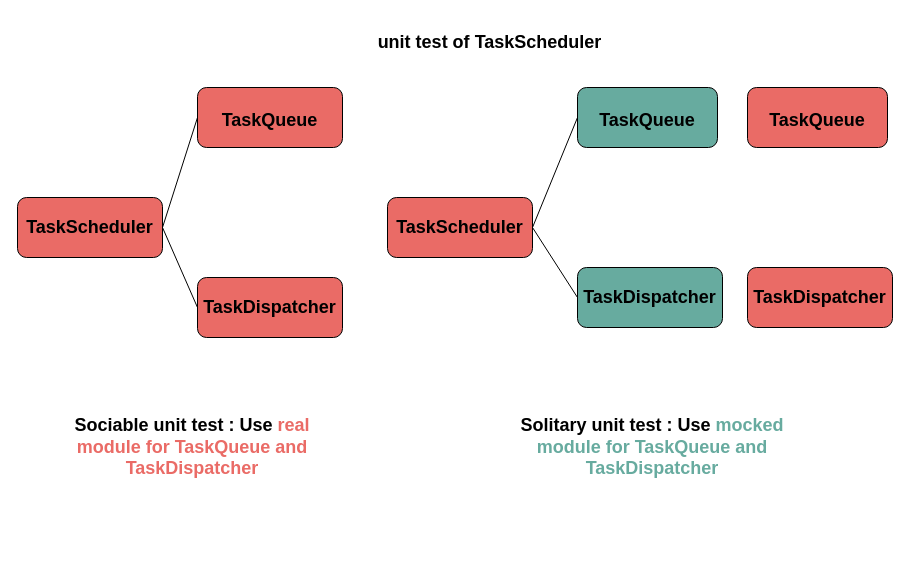
Earlier version of the draw.io diagram page "unit tets of TaskDispatcher sociable vs solitary" (6 of 6) of figs/sociable-vs-solitary-unit-test.drawio (NathanKr/unit-testing-of-a-real-world-ts-system). Source tidied: cells renumbered, new cells numbered last; positions are measured from the earlier drawing's top-left corner, leaving out a move shared by most shapes. Both pictures are drawn from the tidied source at 100%, with x=0, y=0 at pixel (17, 17).
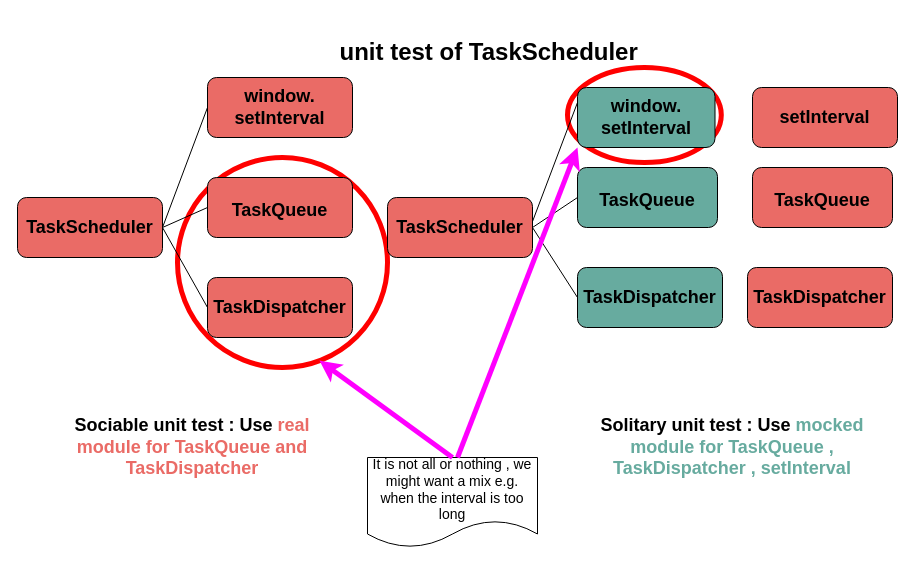
The same diagram, later.

Unchanged cells that the change refers to:
```xml
<mxCell id="2" value="&lt;b&gt;&lt;font style=&quot;font-size: 18px&quot;&gt;TaskScheduler&lt;/font&gt;&lt;/b&gt;" style="rounded=1;whiteSpace=wrap;html=1;fillColor=#EA6B66;" parent="1" vertex="1">
  <mxGeometry y="180" width="145" height="60" as="geometry" />
</mxCell>
<mxCell id="10" value="&lt;b&gt;&lt;font style=&quot;font-size: 18px&quot;&gt;TaskScheduler&lt;/font&gt;&lt;/b&gt;" style="rounded=1;whiteSpace=wrap;html=1;fillColor=#EA6B66;" parent="1" vertex="1">
  <mxGeometry x="370" y="180" width="145" height="60" as="geometry" />
</mxCell>
```

Diff of the diagram source:
```diff
@@
+    <mxCell id="17" style="ellipse;whiteSpace=wrap;html=1;strokeColor=#FF0000;strokeWidth=5;" parent="1" vertex="1">
+      <mxGeometry x="550" y="50" width="153.8" height="95" as="geometry" />
+    </mxCell>
+    <mxCell id="18" style="ellipse;whiteSpace=wrap;html=1;strokeColor=#FF0000;strokeWidth=5;" parent="1" vertex="1">
+      <mxGeometry x="160" y="140" width="210" height="210" as="geometry" />
+    </mxCell>
@@
     <mxCell id="3" value="&lt;span style=&quot;background-color: rgb(234 , 107 , 102)&quot;&gt;&lt;br&gt;&lt;br&gt;&lt;/span&gt;&lt;b style=&quot;color: rgb(0 , 0 , 0) ; font-family: &amp;#34;helvetica&amp;#34; ; font-style: normal ; letter-spacing: normal ; text-align: center ; text-indent: 0px ; text-transform: none ; word-spacing: 0px&quot;&gt;&lt;font style=&quot;font-size: 18px&quot;&gt;&lt;span style=&quot;background-color: rgb(234 , 107 , 102)&quot;&gt;TaskQueue&lt;br&gt;&lt;/span&gt;&lt;br&gt;&lt;/font&gt;&lt;/b&gt;" style="rounded=1;whiteSpace=wrap;html=1;fillColor=#EA6B66;" parent="1" vertex="1">
-      <mxGeometry x="180" y="70" width="145" height="60" as="geometry" />
+      <mxGeometry x="190" y="160" width="145" height="60" as="geometry" />
     </mxCell>
     <mxCell id="4" value="&lt;span style=&quot;background-color: rgb(234 , 107 , 102)&quot;&gt;&lt;br&gt;&lt;br&gt;&lt;/span&gt;&lt;b style=&quot;color: rgb(0 , 0 , 0) ; font-family: &amp;#34;helvetica&amp;#34; ; font-style: normal ; letter-spacing: normal ; text-align: center ; text-indent: 0px ; text-transform: none ; word-spacing: 0px&quot;&gt;&lt;font&gt;&lt;span style=&quot;font-size: 18px ; background-color: rgb(234 , 107 , 102)&quot;&gt;TaskDispatcher&lt;br&gt;&lt;/span&gt;&lt;br&gt;&lt;br&gt;&lt;/font&gt;&lt;/b&gt;" style="rounded=1;whiteSpace=wrap;html=1;fillColor=#EA6B66;" parent="1" vertex="1">
-      <mxGeometry x="180" y="260" width="145" height="60" as="geometry" />
+      <mxGeometry x="190" y="260" width="145" height="60" as="geometry" />
     </mxCell>
@@
-    <mxCell id="7" value="&lt;font style=&quot;font-size: 18px&quot;&gt;&lt;b&gt;unit test of&amp;nbsp;&lt;/b&gt;&lt;b style=&quot;font-size: 12px&quot;&gt;&lt;font style=&quot;font-size: 18px&quot;&gt;TaskScheduler&lt;/font&gt;&lt;/b&gt;&lt;b&gt;&amp;nbsp;&lt;/b&gt;&lt;/font&gt;" style="text;html=1;strokeColor=none;fillColor=none;align=center;verticalAlign=middle;whiteSpace=wrap;rounded=0;" parent="1" vertex="1">
-      <mxGeometry x="260" width="430" height="50" as="geometry" />
+    <mxCell id="7" value="&lt;font style=&quot;font-size: 24px&quot;&gt;&lt;b&gt;unit test of&amp;nbsp;&lt;/b&gt;&lt;b&gt;&lt;font&gt;TaskScheduler&lt;/font&gt;&lt;/b&gt;&lt;b&gt;&amp;nbsp;&lt;/b&gt;&lt;/font&gt;" style="text;html=1;strokeColor=none;fillColor=none;align=center;verticalAlign=middle;whiteSpace=wrap;rounded=0;" parent="1" vertex="1">
+      <mxGeometry x="260" y="10" width="430" height="50" as="geometry" />
     </mxCell>
@@
-    <mxCell id="9" value="&lt;font style=&quot;font-size: 18px&quot;&gt;&lt;b&gt;Solitary unit test : Use &lt;font color=&quot;#67ab9f&quot;&gt;mocked module for TaskQueue and TaskDispatcher&lt;/font&gt;&lt;/b&gt;&lt;/font&gt;" style="text;html=1;strokeColor=none;fillColor=none;align=center;verticalAlign=middle;whiteSpace=wrap;rounded=0;" parent="1" vertex="1">
-      <mxGeometry x="470" y="390" width="330" height="80" as="geometry" />
+    <mxCell id="9" value="&lt;font style=&quot;font-size: 18px&quot;&gt;&lt;b&gt;Solitary unit test : Use &lt;font color=&quot;#67ab9f&quot;&gt;mocked module for TaskQueue , TaskDispatcher , setInterval&lt;/font&gt;&lt;/b&gt;&lt;/font&gt;" style="text;html=1;strokeColor=none;fillColor=none;align=center;verticalAlign=middle;whiteSpace=wrap;rounded=0;" parent="1" vertex="1">
+      <mxGeometry x="550" y="390" width="330" height="80" as="geometry" />
     </mxCell>
@@
     <mxCell id="11" value="&lt;span style=&quot;background-color: rgb(103 , 171 , 159)&quot;&gt;&lt;br&gt;&lt;br&gt;&lt;/span&gt;&lt;b style=&quot;color: rgb(0 , 0 , 0) ; font-family: &amp;#34;helvetica&amp;#34; ; font-style: normal ; letter-spacing: normal ; text-align: center ; text-indent: 0px ; text-transform: none ; word-spacing: 0px&quot;&gt;&lt;font style=&quot;font-size: 18px&quot;&gt;&lt;span style=&quot;background-color: rgb(103 , 171 , 159)&quot;&gt;TaskQueue&lt;br&gt;&lt;/span&gt;&lt;br&gt;&lt;/font&gt;&lt;/b&gt;" style="rounded=1;whiteSpace=wrap;html=1;fillColor=#67AB9F;" parent="1" vertex="1">
-      <mxGeometry x="560" y="70" width="140" height="60" as="geometry" />
+      <mxGeometry x="560" y="150" width="140" height="60" as="geometry" />
     </mxCell>
@@
     <mxCell id="15" value="&lt;span style=&quot;background-color: rgb(234 , 107 , 102)&quot;&gt;&lt;br&gt;&lt;br&gt;&lt;/span&gt;&lt;b style=&quot;color: rgb(0 , 0 , 0) ; font-family: &amp;#34;helvetica&amp;#34; ; font-style: normal ; letter-spacing: normal ; text-align: center ; text-indent: 0px ; text-transform: none ; word-spacing: 0px&quot;&gt;&lt;font style=&quot;font-size: 18px&quot;&gt;&lt;span style=&quot;background-color: rgb(234 , 107 , 102)&quot;&gt;TaskQueue&lt;br&gt;&lt;/span&gt;&lt;br&gt;&lt;/font&gt;&lt;/b&gt;" style="rounded=1;whiteSpace=wrap;html=1;fillColor=#EA6B66;" parent="1" vertex="1">
-      <mxGeometry x="730" y="70" width="140" height="60" as="geometry" />
+      <mxGeometry x="735" y="150" width="140" height="60" as="geometry" />
     </mxCell>
@@
+    <mxCell id="19" value="&lt;span style=&quot;text-align: center ; text-indent: 0px&quot;&gt;&lt;font&gt;&lt;b&gt;&lt;font style=&quot;font-size: 18px&quot;&gt;window.&lt;br&gt;setInterval&lt;/font&gt;&lt;/b&gt;&lt;br&gt;&lt;/font&gt;&lt;/span&gt;" style="rounded=1;whiteSpace=wrap;html=1;fillColor=#EA6B66;" parent="1" vertex="1">
+      <mxGeometry x="190" y="60" width="145" height="60" as="geometry" />
+    </mxCell>
+    <mxCell id="20" style="endArrow=none;html=1;exitX=1;exitY=0.5;exitDx=0;exitDy=0;entryX=0;entryY=0.5;entryDx=0;entryDy=0;" parent="1" edge="1" source="2" target="19">
+      <mxGeometry relative="1" as="geometry" />
+    </mxCell>
+    <mxCell id="21" value="&lt;span style=&quot;text-align: center ; text-indent: 0px&quot;&gt;&lt;font&gt;&lt;b&gt;&lt;font style=&quot;font-size: 18px&quot;&gt;setInterval&lt;/font&gt;&lt;/b&gt;&lt;br&gt;&lt;/font&gt;&lt;/span&gt;" style="rounded=1;whiteSpace=wrap;html=1;fillColor=#EA6B66;" parent="1" vertex="1">
+      <mxGeometry x="735" y="70" width="145" height="60" as="geometry" />
+    </mxCell>
+    <mxCell id="22" value="&lt;span style=&quot;text-align: center ; text-indent: 0px&quot;&gt;&lt;font&gt;&lt;b&gt;&lt;font style=&quot;font-size: 18px&quot;&gt;window.&lt;br&gt;setInterval&lt;/font&gt;&lt;/b&gt;&lt;br&gt;&lt;/font&gt;&lt;/span&gt;" style="rounded=1;whiteSpace=wrap;html=1;fillColor=#67AB9F;" parent="1" vertex="1">
+      <mxGeometry x="560" y="70" width="137.5" height="60" as="geometry" />
+    </mxCell>
+    <mxCell id="23" style="endArrow=none;html=1;entryX=0;entryY=0.25;entryDx=0;entryDy=0;exitX=1;exitY=0.4;exitDx=0;exitDy=0;exitPerimeter=0;" parent="1" edge="1" source="10" target="22">
+      <mxGeometry relative="1" as="geometry" />
+    </mxCell>
+    <mxCell id="24" value="&lt;font style=&quot;font-size: 14px&quot;&gt;It is not all or nothing , we might want a mix e.g. when the interval is too long&lt;/font&gt;" style="shape=document;whiteSpace=wrap;html=1;boundedLbl=1;" parent="1" vertex="1">
+      <mxGeometry x="350" y="440" width="170" height="90" as="geometry" />
+    </mxCell>
+    <mxCell id="25" style="endArrow=classic;html=1;entryX=0.676;entryY=0.967;entryDx=0;entryDy=0;entryPerimeter=0;exitX=0.5;exitY=0;exitDx=0;exitDy=0;strokeColor=#FF00FF;strokeWidth=5;" parent="1" edge="1" source="24" target="18">
+      <mxGeometry relative="1" as="geometry" />
+    </mxCell>
+    <mxCell id="26" style="endArrow=classic;html=1;strokeColor=#FF00FF;strokeWidth=5;entryX=0;entryY=1;entryDx=0;entryDy=0;" parent="1" edge="1" target="22">
+      <mxGeometry relative="1" as="geometry">
+        <mxPoint x="440" y="440" as="sourcePoint" />
+      </mxGeometry>
+    </mxCell>
```
